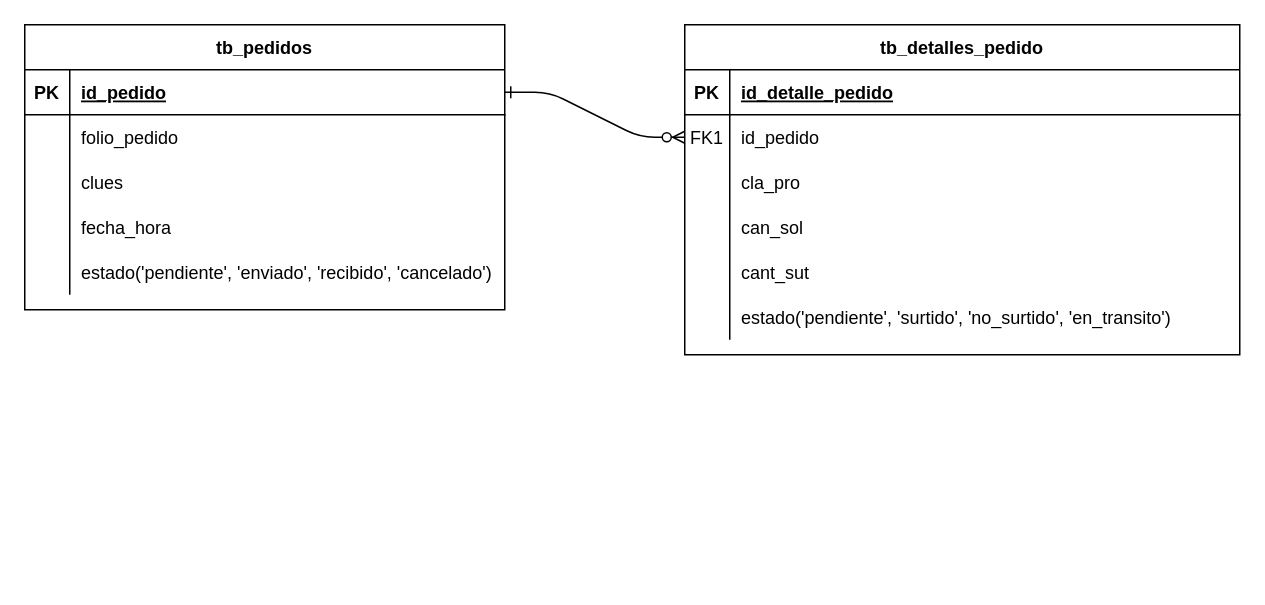
ErnestoDanielTafoyaMolinaCYM/clases-cat-cym keeps this draw.io diagram as CPM_CRUD.drawio. Above is the earlier version. Source tidied: cells renumbered, new cells numbered last; positions are measured from the earlier drawing's top-left corner, leaving out a move shared by most shapes. Both pictures are drawn from the tidied source at 150%, with x=0, y=0 at pixel (24, 24).
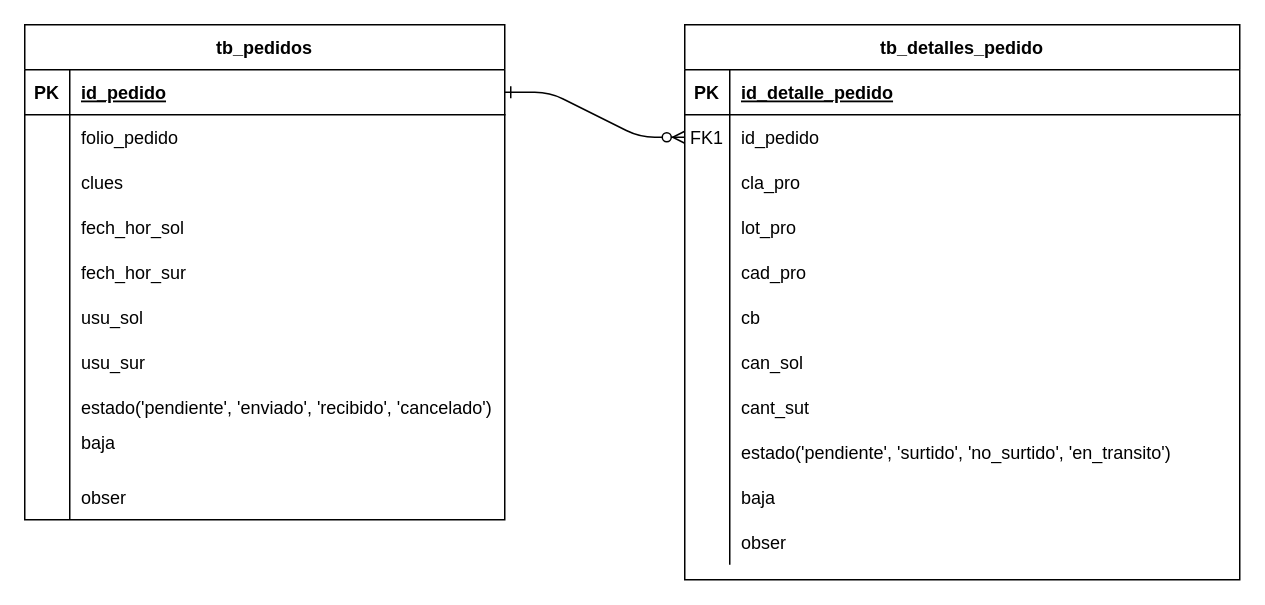
After the change.

The edit, as a diff of the source:
```diff
@@
     <mxCell id="3" value="tb_detalles_pedido" style="shape=table;startSize=30;childLayout=tableLayout;rowLines=0;fontStyle=1;align=center;" parent="1" vertex="1">
-      <mxGeometry x="440" width="370" height="220" as="geometry" />
+      <mxGeometry x="440" width="370" height="370" as="geometry" />
     </mxCell>
@@
+    <mxCell id="38" style="shape=partialRectangle;fillColor=none;top=0;left=0;right=0;bottom=0;" parent="3" vertex="1">
+      <mxGeometry y="120" width="370" height="30" as="geometry" />
+    </mxCell>
+    <mxCell id="39" style="shape=partialRectangle;overflow=hidden;fillColor=none;top=0;left=0;bottom=0;right=0;" parent="38" vertex="1">
+      <mxGeometry width="30" height="30" as="geometry" />
+    </mxCell>
+    <mxCell id="40" value="lot_pro" style="shape=partialRectangle;overflow=hidden;fillColor=none;top=0;left=0;bottom=0;right=0;align=left;spacingLeft=6;" parent="38" vertex="1">
+      <mxGeometry x="30" width="340" height="30" as="geometry" />
+    </mxCell>
+    <mxCell id="41" style="shape=partialRectangle;fillColor=none;top=0;left=0;right=0;bottom=0;" parent="3" vertex="1">
+      <mxGeometry y="150" width="370" height="30" as="geometry" />
+    </mxCell>
+    <mxCell id="42" style="shape=partialRectangle;overflow=hidden;fillColor=none;top=0;left=0;bottom=0;right=0;" parent="41" vertex="1">
+      <mxGeometry width="30" height="30" as="geometry" />
+    </mxCell>
+    <mxCell id="43" value="cad_pro" style="shape=partialRectangle;overflow=hidden;fillColor=none;top=0;left=0;bottom=0;right=0;align=left;spacingLeft=6;" parent="41" vertex="1">
+      <mxGeometry x="30" width="340" height="30" as="geometry" />
+    </mxCell>
+    <mxCell id="44" style="shape=partialRectangle;fillColor=none;top=0;left=0;right=0;bottom=0;" parent="3" vertex="1">
+      <mxGeometry y="180" width="370" height="30" as="geometry" />
+    </mxCell>
+    <mxCell id="45" style="shape=partialRectangle;overflow=hidden;fillColor=none;top=0;left=0;bottom=0;right=0;" parent="44" vertex="1">
+      <mxGeometry width="30" height="30" as="geometry" />
+    </mxCell>
+    <mxCell id="46" value="cb" style="shape=partialRectangle;overflow=hidden;fillColor=none;top=0;left=0;bottom=0;right=0;align=left;spacingLeft=6;" parent="44" vertex="1">
+      <mxGeometry x="30" width="340" height="30" as="geometry" />
+    </mxCell>
     <mxCell id="13" style="shape=partialRectangle;fillColor=none;top=0;left=0;right=0;bottom=0;" parent="3" vertex="1">
-      <mxGeometry y="120" width="370" height="30" as="geometry" />
+      <mxGeometry y="210" width="370" height="30" as="geometry" />
     </mxCell>
@@
     <mxCell id="16" style="shape=partialRectangle;fillColor=none;top=0;left=0;right=0;bottom=0;" parent="3" vertex="1">
-      <mxGeometry y="150" width="370" height="30" as="geometry" />
+      <mxGeometry y="240" width="370" height="30" as="geometry" />
     </mxCell>
@@
     <mxCell id="19" style="shape=partialRectangle;fillColor=none;top=0;left=0;right=0;bottom=0;" parent="3" vertex="1">
-      <mxGeometry y="180" width="370" height="30" as="geometry" />
+      <mxGeometry y="270" width="370" height="30" as="geometry" />
     </mxCell>
@@
+    <mxCell id="47" style="shape=partialRectangle;fillColor=none;top=0;left=0;right=0;bottom=0;" parent="3" vertex="1">
+      <mxGeometry y="300" width="370" height="30" as="geometry" />
+    </mxCell>
+    <mxCell id="48" style="shape=partialRectangle;overflow=hidden;fillColor=none;top=0;left=0;bottom=0;right=0;" parent="47" vertex="1">
+      <mxGeometry width="30" height="30" as="geometry" />
+    </mxCell>
+    <mxCell id="49" value="baja" style="shape=partialRectangle;overflow=hidden;fillColor=none;top=0;left=0;bottom=0;right=0;align=left;spacingLeft=6;" parent="47" vertex="1">
+      <mxGeometry x="30" width="340" height="30" as="geometry" />
+    </mxCell>
+    <mxCell id="50" style="shape=partialRectangle;fillColor=none;top=0;left=0;right=0;bottom=0;" parent="3" vertex="1">
+      <mxGeometry y="330" width="370" height="30" as="geometry" />
+    </mxCell>
+    <mxCell id="51" style="shape=partialRectangle;overflow=hidden;fillColor=none;top=0;left=0;bottom=0;right=0;" parent="50" vertex="1">
+      <mxGeometry width="30" height="30" as="geometry" />
+    </mxCell>
+    <mxCell id="52" value="obser" style="shape=partialRectangle;overflow=hidden;fillColor=none;top=0;left=0;bottom=0;right=0;align=left;spacingLeft=6;" parent="50" vertex="1">
+      <mxGeometry x="30" width="340" height="30" as="geometry" />
+    </mxCell>
     <mxCell id="22" value="tb_pedidos" style="shape=table;startSize=30;childLayout=tableLayout;rowLines=0;fontStyle=1;align=center;" parent="1" vertex="1">
-      <mxGeometry width="320" height="190" as="geometry" />
+      <mxGeometry width="320" height="330" as="geometry" />
     </mxCell>
@@
+    <mxCell id="53" style="shape=partialRectangle;fillColor=none;top=0;left=0;right=0;bottom=0;" parent="22" vertex="1">
+      <mxGeometry y="120" width="320" height="30" as="geometry" />
+    </mxCell>
+    <mxCell id="54" style="shape=partialRectangle;overflow=hidden;fillColor=none;top=0;left=0;bottom=0;right=0;" parent="53" vertex="1">
+      <mxGeometry width="30" height="30" as="geometry" />
+    </mxCell>
+    <mxCell id="55" value="fech_hor_sol" style="shape=partialRectangle;overflow=hidden;fillColor=none;top=0;left=0;bottom=0;right=0;align=left;spacingLeft=6;" parent="53" vertex="1">
+      <mxGeometry x="30" width="290" height="30" as="geometry" />
+    </mxCell>
+    <mxCell id="56" style="shape=partialRectangle;fillColor=none;top=0;left=0;right=0;bottom=0;" parent="22" vertex="1">
+      <mxGeometry y="150" width="320" height="30" as="geometry" />
+    </mxCell>
+    <mxCell id="57" style="shape=partialRectangle;overflow=hidden;fillColor=none;top=0;left=0;bottom=0;right=0;" parent="56" vertex="1">
+      <mxGeometry width="30" height="30" as="geometry" />
+    </mxCell>
+    <mxCell id="58" value="fech_hor_sur" style="shape=partialRectangle;overflow=hidden;fillColor=none;top=0;left=0;bottom=0;right=0;align=left;spacingLeft=6;" parent="56" vertex="1">
+      <mxGeometry x="30" width="290" height="30" as="geometry" />
+    </mxCell>
+    <mxCell id="59" style="shape=partialRectangle;fillColor=none;top=0;left=0;right=0;bottom=0;" parent="22" vertex="1">
+      <mxGeometry y="180" width="320" height="30" as="geometry" />
+    </mxCell>
+    <mxCell id="60" style="shape=partialRectangle;overflow=hidden;fillColor=none;top=0;left=0;bottom=0;right=0;" parent="59" vertex="1">
+      <mxGeometry width="30" height="30" as="geometry" />
+    </mxCell>
+    <mxCell id="61" value="usu_sol " style="shape=partialRectangle;overflow=hidden;fillColor=none;top=0;left=0;bottom=0;right=0;align=left;spacingLeft=6;" parent="59" vertex="1">
+      <mxGeometry x="30" width="290" height="30" as="geometry" />
+    </mxCell>
     <mxCell id="32" style="shape=partialRectangle;fillColor=none;top=0;left=0;right=0;bottom=0;" parent="22" vertex="1">
-      <mxGeometry y="120" width="320" height="30" as="geometry" />
+      <mxGeometry y="210" width="320" height="30" as="geometry" />
     </mxCell>
@@
-    <mxCell id="34" value="fecha_hora" style="shape=partialRectangle;overflow=hidden;fillColor=none;top=0;left=0;bottom=0;right=0;align=left;spacingLeft=6;" parent="32" vertex="1">
+    <mxCell id="34" value="usu_sur" style="shape=partialRectangle;overflow=hidden;fillColor=none;top=0;left=0;bottom=0;right=0;align=left;spacingLeft=6;" parent="32" vertex="1">
       <mxGeometry x="30" width="290" height="30" as="geometry" />
     </mxCell>
+    <mxCell id="62" style="shape=partialRectangle;fillColor=none;top=0;left=0;right=0;bottom=0;" parent="22" vertex="1">
+      <mxGeometry y="240" width="320" height="30" as="geometry" />
+    </mxCell>
+    <mxCell id="63" style="shape=partialRectangle;overflow=hidden;fillColor=none;top=0;left=0;bottom=0;right=0;" parent="62" vertex="1">
+      <mxGeometry width="30" height="30" as="geometry" />
+    </mxCell>
+    <mxCell id="64" value="estado('pendiente', 'enviado', 'recibido', 'cancelado')" style="shape=partialRectangle;overflow=hidden;fillColor=none;top=0;left=0;bottom=0;right=0;align=left;spacingLeft=6;" parent="62" vertex="1">
+      <mxGeometry x="30" width="290" height="30" as="geometry" />
+    </mxCell>
+    <mxCell id="65" style="shape=partialRectangle;fillColor=none;top=0;left=0;right=0;bottom=0;" parent="22" vertex="1">
+      <mxGeometry y="270" width="320" height="30" as="geometry" />
+    </mxCell>
+    <mxCell id="66" style="shape=partialRectangle;overflow=hidden;fillColor=none;top=0;left=0;bottom=0;right=0;" parent="65" vertex="1">
+      <mxGeometry width="30" height="30" as="geometry" />
+    </mxCell>
+    <mxCell id="67" value="baja&#10;" style="shape=partialRectangle;overflow=hidden;fillColor=none;top=0;left=0;bottom=0;right=0;align=left;spacingLeft=6;" parent="65" vertex="1">
+      <mxGeometry x="30" width="290" height="30" as="geometry" />
+    </mxCell>
     <mxCell id="35" style="shape=partialRectangle;fillColor=none;top=0;left=0;right=0;bottom=0;" parent="22" vertex="1">
-      <mxGeometry y="150" width="320" height="30" as="geometry" />
+      <mxGeometry y="300" width="320" height="30" as="geometry" />
     </mxCell>
@@
-    <mxCell id="37" value="estado('pendiente', 'enviado', 'recibido', 'cancelado')" style="shape=partialRectangle;overflow=hidden;fillColor=none;top=0;left=0;bottom=0;right=0;align=left;spacingLeft=6;" parent="35" vertex="1">
+    <mxCell id="37" value="obser" style="shape=partialRectangle;overflow=hidden;fillColor=none;top=0;left=0;bottom=0;right=0;align=left;spacingLeft=6;" parent="35" vertex="1">
       <mxGeometry x="30" width="290" height="30" as="geometry" />
     </mxCell>
```
